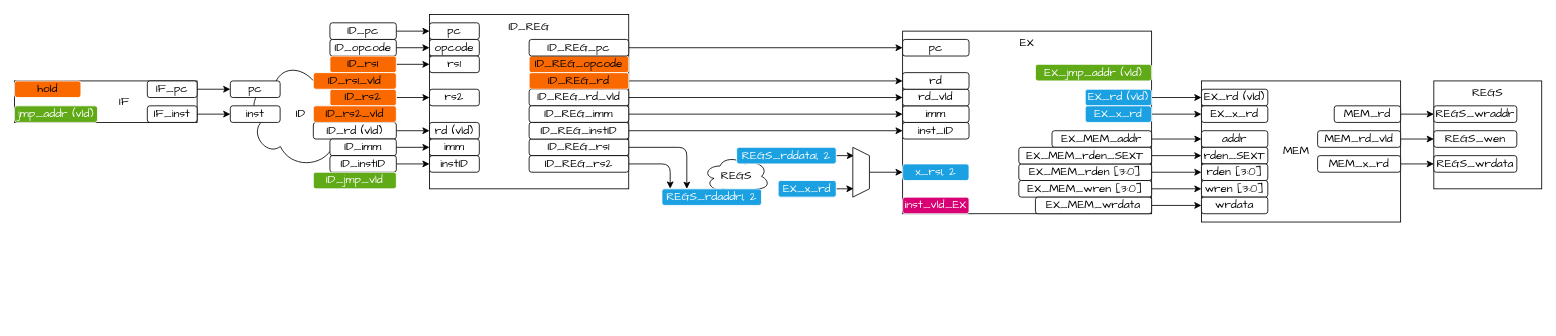
The draw.io diagram doc/drawio.drawio in DuBirdFly/RV32, before the edit. Source tidied: cells renumbered, new cells numbered last; positions are measured from the earlier drawing's top-left corner, leaving out a move shared by most shapes. Both pictures are drawn from the tidied source at 83%, with x=0, y=0 at pixel (14, 14).
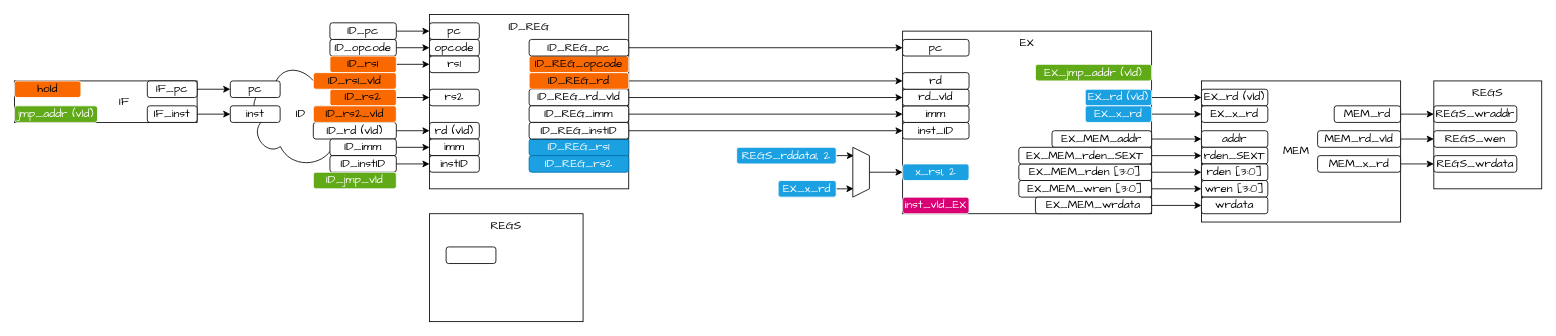
After the change.

What changed in the source:
```diff
@@
-    <mxCell id="38" style="edgeStyle=orthogonalEdgeStyle;rounded=1;html=1;exitX=1;exitY=0.5;exitDx=0;exitDy=0;entryX=0.25;entryY=0;entryDx=0;entryDy=0;fontFamily=Comic Sans MS;fontSize=14;" parent="1" edge="1" source="39" target="51">
-      <mxGeometry relative="1" as="geometry">
-        <Array as="points">
-          <mxPoint x="810" y="160" />
-        </Array>
-      </mxGeometry>
-    </mxCell>
-    <mxCell id="39" value="ID_REG_rs1" style="rounded=1;whiteSpace=wrap;html=1;labelBorderColor=none;fontSize=14;fontFamily=Comic Sans MS;" parent="1" vertex="1">
+    <mxCell id="39" value="ID_REG_rs1" style="rounded=1;whiteSpace=wrap;html=1;labelBorderColor=none;fontSize=14;fontFamily=Comic Sans MS;fillColor=#1ba1e2;fontColor=#ffffff;strokeColor=#006EAF;" parent="1" vertex="1">
       <mxGeometry x="620" y="150" width="120" height="20" as="geometry" />
     </mxCell>
-    <mxCell id="40" style="edgeStyle=orthogonalEdgeStyle;rounded=1;html=1;exitX=1;exitY=0.5;exitDx=0;exitDy=0;entryX=0.083;entryY=-0.016;entryDx=0;entryDy=0;fontFamily=Comic Sans MS;fontSize=14;entryPerimeter=0;" parent="1" edge="1" source="41" target="51">
-      <mxGeometry relative="1" as="geometry">
-        <Array as="points">
-          <mxPoint x="790" y="180" />
-        </Array>
-      </mxGeometry>
-    </mxCell>
-    <mxCell id="41" value="ID_REG_rs2" style="rounded=1;whiteSpace=wrap;html=1;labelBorderColor=none;fontSize=14;fontFamily=Comic Sans MS;" parent="1" vertex="1">
+    <mxCell id="41" value="ID_REG_rs2" style="rounded=1;whiteSpace=wrap;html=1;labelBorderColor=none;fontSize=14;fontFamily=Comic Sans MS;fillColor=#1ba1e2;fontColor=#ffffff;strokeColor=#006EAF;" parent="1" vertex="1">
       <mxGeometry x="620" y="170" width="120" height="20" as="geometry" />
     </mxCell>
@@
-    <mxCell id="50" value="REGS" style="ellipse;shape=cloud;whiteSpace=wrap;html=1;rounded=1;fontFamily=Comic Sans MS;fontSize=14;" parent="1" vertex="1">
-      <mxGeometry x="830" y="170" width="80" height="50" as="geometry" />
-    </mxCell>
-    <mxCell id="51" value="REGS_rdaddr1, 2" style="rounded=1;whiteSpace=wrap;html=1;labelBorderColor=none;fontSize=14;fontFamily=Comic Sans MS;fillColor=#1ba1e2;fontColor=#ffffff;strokeColor=#FFFFFF;" parent="1" vertex="1">
-      <mxGeometry x="780" y="210" width="120" height="20" as="geometry" />
-    </mxCell>
@@
+    <mxCell id="50" value="REGS" style="rounded=0;whiteSpace=wrap;html=1;fontFamily=Comic Sans MS;fontSize=14;verticalAlign=top;" parent="1" vertex="1">
+      <mxGeometry x="500" y="240" width="185" height="130" as="geometry" />
+    </mxCell>
+    <mxCell id="101" style="rounded=1;whiteSpace=wrap;html=1;labelBorderColor=none;fontSize=14;fontFamily=Comic Sans MS;" parent="1" vertex="1">
+      <mxGeometry x="520" y="280" width="60" height="20" as="geometry" />
+    </mxCell>
```
